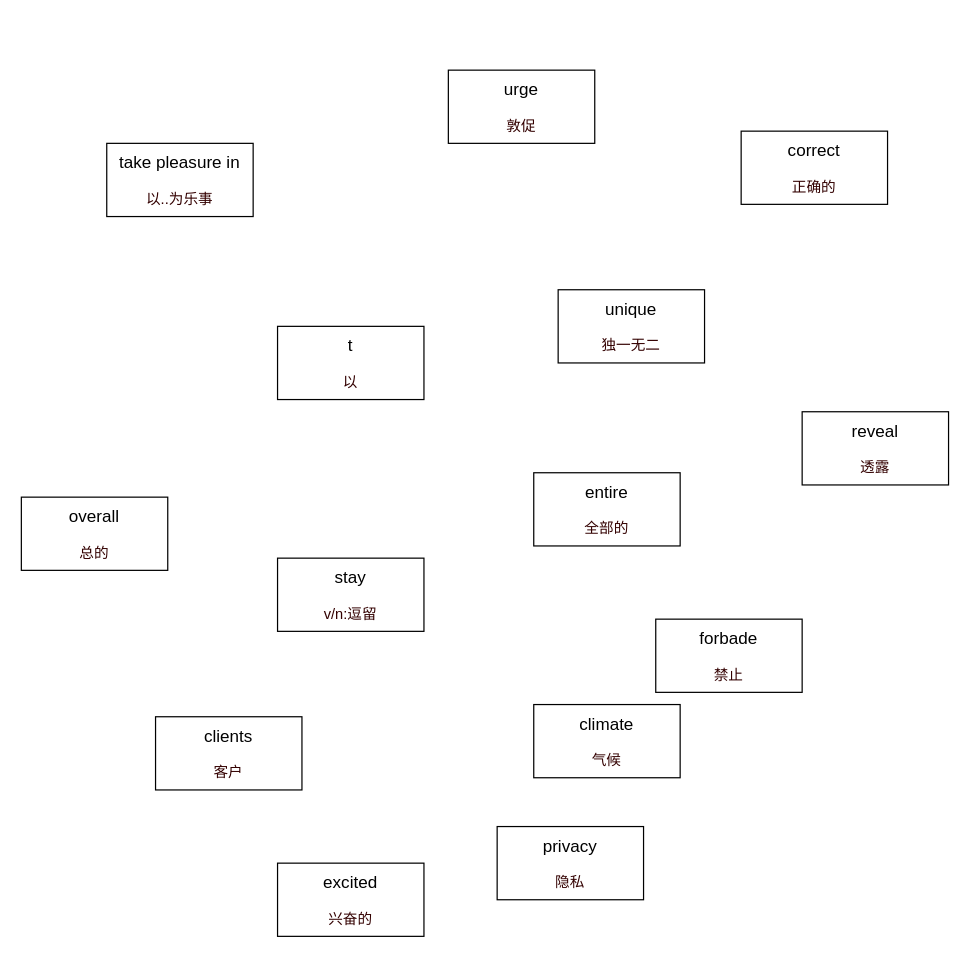
This is ocean.drawio from banBlue/drawio, a draw.io file, before an edit. Source tidied: cells renumbered, new cells numbered last; positions are measured from the earlier drawing's top-left corner, leaving out a move shared by most shapes. Both pictures are drawn from the tidied source at 122%, with x=0, y=0 at pixel (21, 70).
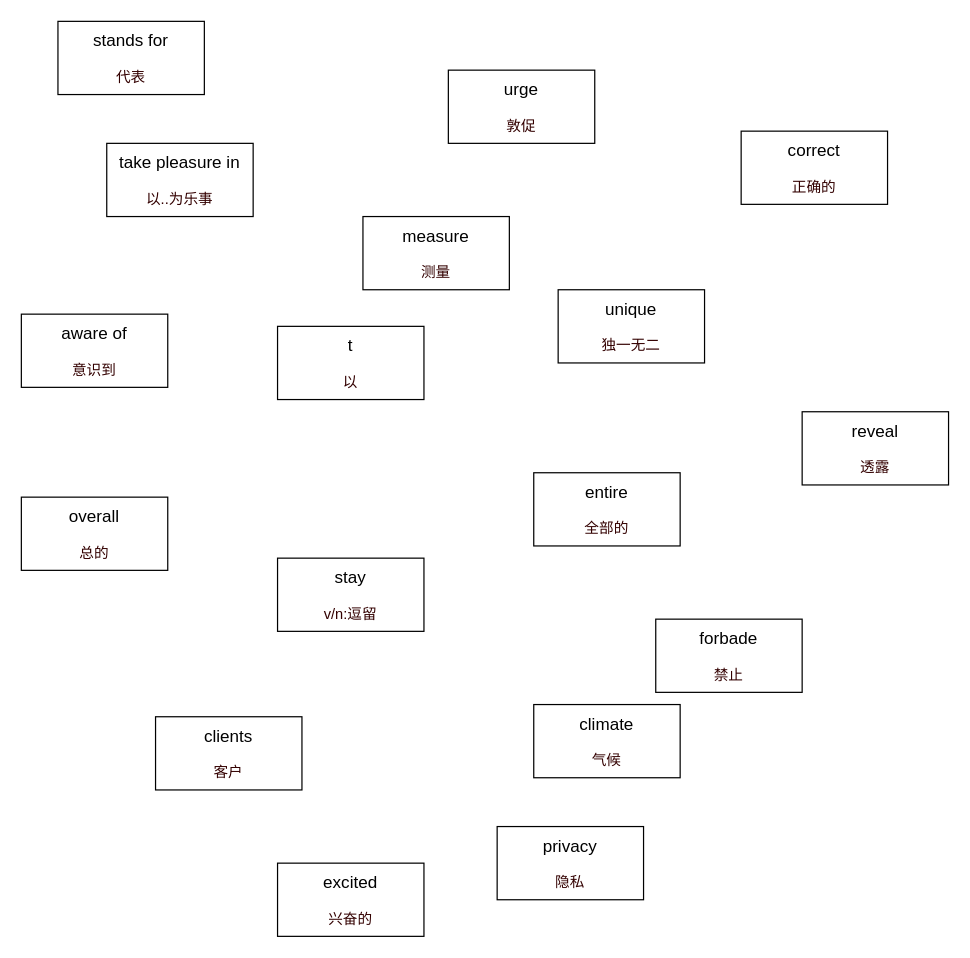
After the change.

The edit, as a diff of the source:
```diff
@@
 <mxGraphModel>
   <root>
     <mxCell id="0" />
     <mxCell id="1" parent="0" />
     <mxCell id="2" value="&lt;font style=&quot;font-size: 14px&quot;&gt;take pleasure in&lt;br&gt;&lt;/font&gt;&lt;br&gt;&lt;font color=&quot;#330000&quot;&gt;以..为乐事&lt;/font&gt;" style="rounded=0;whiteSpace=wrap;html=1;" parent="1" vertex="1">
       <mxGeometry x="70" y="60" width="120" height="60" as="geometry" />
     </mxCell>
     <mxCell id="3" value="&lt;font style=&quot;font-size: 14px&quot;&gt;t&lt;br&gt;&lt;/font&gt;&lt;br&gt;&lt;font color=&quot;#330000&quot;&gt;以&lt;/font&gt;" style="rounded=0;whiteSpace=wrap;html=1;" parent="1" vertex="1">
       <mxGeometry x="210" y="210" width="120" height="60" as="geometry" />
     </mxCell>
     <mxCell id="4" value="&lt;font style=&quot;font-size: 14px&quot;&gt;overall&lt;br&gt;&lt;/font&gt;&lt;br&gt;&lt;font color=&quot;#330000&quot;&gt;总的&lt;/font&gt;" style="rounded=0;whiteSpace=wrap;html=1;" parent="1" vertex="1">
       <mxGeometry y="350" width="120" height="60" as="geometry" />
     </mxCell>
     <mxCell id="5" value="&lt;font style=&quot;font-size: 14px&quot;&gt;stay&lt;br&gt;&lt;/font&gt;&lt;br&gt;&lt;font color=&quot;#330000&quot;&gt;v/n:逗留&lt;/font&gt;" style="rounded=0;whiteSpace=wrap;html=1;" parent="1" vertex="1">
       <mxGeometry x="210" y="400" width="120" height="60" as="geometry" />
     </mxCell>
     <mxCell id="6" value="&lt;font style=&quot;font-size: 14px&quot;&gt;entire&lt;br&gt;&lt;/font&gt;&lt;br&gt;&lt;font color=&quot;#330000&quot;&gt;全部的&lt;/font&gt;" style="rounded=0;whiteSpace=wrap;html=1;" parent="1" vertex="1">
       <mxGeometry x="420" y="330" width="120" height="60" as="geometry" />
     </mxCell>
     <mxCell id="7" value="&lt;font style=&quot;font-size: 14px&quot;&gt;correct&lt;br&gt;&lt;/font&gt;&lt;br&gt;&lt;font color=&quot;#330000&quot;&gt;正确的&lt;/font&gt;" style="rounded=0;whiteSpace=wrap;html=1;" parent="1" vertex="1">
       <mxGeometry x="590" y="50" width="120" height="60" as="geometry" />
     </mxCell>
     <mxCell id="8" value="&lt;font style=&quot;font-size: 14px&quot;&gt;unique&lt;br&gt;&lt;/font&gt;&lt;br&gt;&lt;font color=&quot;#330000&quot;&gt;独一无二&lt;/font&gt;" style="rounded=0;whiteSpace=wrap;html=1;" parent="1" vertex="1">
       <mxGeometry x="440" y="180" width="120" height="60" as="geometry" />
     </mxCell>
     <mxCell id="9" value="&lt;font style=&quot;font-size: 14px&quot;&gt;forbade&lt;br&gt;&lt;/font&gt;&lt;br&gt;&lt;font color=&quot;#330000&quot;&gt;禁止&lt;/font&gt;" style="rounded=0;whiteSpace=wrap;html=1;" parent="1" vertex="1">
       <mxGeometry x="520" y="450" width="120" height="60" as="geometry" />
     </mxCell>
     <mxCell id="10" value="&lt;font style=&quot;font-size: 14px&quot;&gt;reveal&lt;br&gt;&lt;/font&gt;&lt;br&gt;&lt;font color=&quot;#330000&quot;&gt;透露&lt;/font&gt;" style="rounded=0;whiteSpace=wrap;html=1;" parent="1" vertex="1">
       <mxGeometry x="640" y="280" width="120" height="60" as="geometry" />
     </mxCell>
     <mxCell id="11" value="&lt;font style=&quot;font-size: 14px&quot;&gt;clients&lt;br&gt;&lt;/font&gt;&lt;br&gt;&lt;font color=&quot;#330000&quot;&gt;客户&lt;/font&gt;" style="rounded=0;whiteSpace=wrap;html=1;" parent="1" vertex="1">
       <mxGeometry x="110" y="530" width="120" height="60" as="geometry" />
     </mxCell>
     <mxCell id="12" value="&lt;font style=&quot;font-size: 14px&quot;&gt;privacy&lt;br&gt;&lt;/font&gt;&lt;br&gt;&lt;font color=&quot;#330000&quot;&gt;隐私&lt;/font&gt;" style="rounded=0;whiteSpace=wrap;html=1;" parent="1" vertex="1">
       <mxGeometry x="390" y="620" width="120" height="60" as="geometry" />
     </mxCell>
     <mxCell id="13" value="&lt;font style=&quot;font-size: 14px&quot;&gt;urge&lt;br&gt;&lt;/font&gt;&lt;br&gt;&lt;font color=&quot;#330000&quot;&gt;敦促&lt;/font&gt;" style="rounded=0;whiteSpace=wrap;html=1;" parent="1" vertex="1">
       <mxGeometry x="350" width="120" height="60" as="geometry" />
     </mxCell>
     <mxCell id="14" value="&lt;font style=&quot;font-size: 14px&quot;&gt;climate&lt;br&gt;&lt;/font&gt;&lt;br&gt;&lt;font color=&quot;#330000&quot;&gt;气候&lt;/font&gt;" style="rounded=0;whiteSpace=wrap;html=1;" parent="1" vertex="1">
       <mxGeometry x="420" y="520" width="120" height="60" as="geometry" />
     </mxCell>
     <mxCell id="15" value="&lt;font style=&quot;font-size: 14px&quot;&gt;excited&lt;br&gt;&lt;/font&gt;&lt;br&gt;&lt;font color=&quot;#330000&quot;&gt;兴奋的&lt;/font&gt;" style="rounded=0;whiteSpace=wrap;html=1;" parent="1" vertex="1">
       <mxGeometry x="210" y="650" width="120" height="60" as="geometry" />
     </mxCell>
+    <mxCell id="16" value="&lt;font style=&quot;font-size: 14px&quot;&gt;measure&lt;br&gt;&lt;/font&gt;&lt;br&gt;&lt;font color=&quot;#330000&quot;&gt;测量&lt;/font&gt;" style="rounded=0;whiteSpace=wrap;html=1;" parent="1" vertex="1">
+      <mxGeometry x="280" y="120" width="120" height="60" as="geometry" />
+    </mxCell>
+    <mxCell id="17" value="&lt;font style=&quot;font-size: 14px&quot;&gt;stands for&lt;br&gt;&lt;/font&gt;&lt;br&gt;&lt;font color=&quot;#330000&quot;&gt;代表&lt;/font&gt;" style="rounded=0;whiteSpace=wrap;html=1;" parent="1" vertex="1">
+      <mxGeometry x="30" y="-40" width="120" height="60" as="geometry" />
+    </mxCell>
+    <mxCell id="18" value="&lt;font style=&quot;font-size: 14px&quot;&gt;aware of&lt;br&gt;&lt;/font&gt;&lt;br&gt;&lt;font color=&quot;#330000&quot;&gt;意识到&lt;/font&gt;" style="rounded=0;whiteSpace=wrap;html=1;" parent="1" vertex="1">
+      <mxGeometry y="200" width="120" height="60" as="geometry" />
+    </mxCell>
   </root>
 </mxGraphModel>
```
